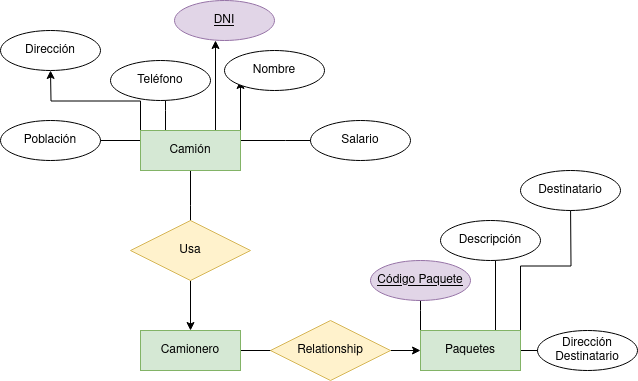
Before: Unidad-1/Tareas/Tarea-4/Tarea4.drawio.png, a diagram exported from draw.io (jdrguez/2-Daw). Source tidied: cells renumbered, new cells last; positions are measured from the earlier drawing's top-left corner, leaving out a move shared by most shapes.
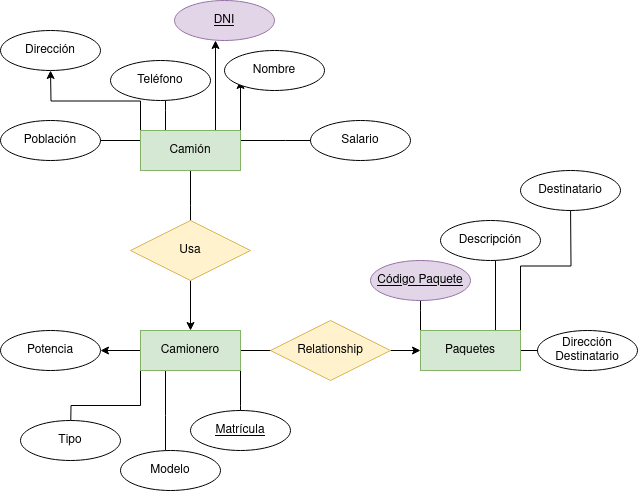
The same diagram one commit later.

Diff of the diagram source:
```diff
@@ -7,6 +7,24 @@
         <mxPoint x="310" y="350" as="targetPoint" />
       </mxGeometry>
     </mxCell>
+    <mxCell id="31" style="edgeStyle=orthogonalEdgeStyle;rounded=0;jettySize=auto;html=1;exitX=1;exitY=1;exitDx=0;exitDy=0;" parent="1" edge="1" source="3">
+      <mxGeometry relative="1" as="geometry">
+        <mxPoint x="240" y="440" as="targetPoint" />
+      </mxGeometry>
+    </mxCell>
+    <mxCell id="32" style="edgeStyle=orthogonalEdgeStyle;rounded=0;jettySize=auto;html=1;exitX=0.25;exitY=1;exitDx=0;exitDy=0;" parent="1" edge="1" source="3">
+      <mxGeometry relative="1" as="geometry">
+        <mxPoint x="165" y="460" as="targetPoint" />
+      </mxGeometry>
+    </mxCell>
+    <mxCell id="33" style="edgeStyle=orthogonalEdgeStyle;rounded=0;jettySize=auto;html=1;exitX=0;exitY=1;exitDx=0;exitDy=0;" parent="1" edge="1" source="3">
+      <mxGeometry relative="1" as="geometry">
+        <mxPoint x="70" y="440" as="targetPoint" />
+      </mxGeometry>
+    </mxCell>
+    <mxCell id="34" style="edgeStyle=orthogonalEdgeStyle;rounded=0;jettySize=auto;html=1;exitX=0;exitY=0.5;exitDx=0;exitDy=0;" parent="1" edge="1" source="3" target="38">
+      <mxGeometry relative="1" as="geometry" />
+    </mxCell>
     <mxCell id="3" value="Camionero" style="whiteSpace=wrap;html=1;align=center;fillColor=#d5e8d4;strokeColor=#82b366;" parent="1" vertex="1">
       <mxGeometry x="140" y="330" width="100" height="40" as="geometry" />
     </mxCell>
@@ -113,5 +131,17 @@
     <mxCell id="30" value="&lt;div&gt;Dirección&lt;/div&gt;&lt;div&gt;Destinatario&lt;br&gt;&lt;/div&gt;" style="ellipse;whiteSpace=wrap;html=1;align=center;" parent="1" vertex="1">
       <mxGeometry x="537" y="330" width="100" height="40" as="geometry" />
     </mxCell>
+    <mxCell id="35" value="Matrícula" style="ellipse;whiteSpace=wrap;html=1;align=center;fontStyle=4;" parent="1" vertex="1">
+      <mxGeometry x="190" y="410" width="100" height="40" as="geometry" />
+    </mxCell>
+    <mxCell id="36" value="&lt;div&gt;Modelo&lt;/div&gt;" style="ellipse;whiteSpace=wrap;html=1;align=center;" parent="1" vertex="1">
+      <mxGeometry x="120" y="450" width="100" height="40" as="geometry" />
+    </mxCell>
+    <mxCell id="37" value="&lt;div&gt;Tipo&lt;/div&gt;" style="ellipse;whiteSpace=wrap;html=1;align=center;" parent="1" vertex="1">
+      <mxGeometry x="20" y="420" width="100" height="40" as="geometry" />
+    </mxCell>
+    <mxCell id="38" value="Potencia" style="ellipse;whiteSpace=wrap;html=1;align=center;" parent="1" vertex="1">
+      <mxGeometry y="330" width="100" height="40" as="geometry" />
+    </mxCell>
   </root>
 </mxGraphModel>
```
